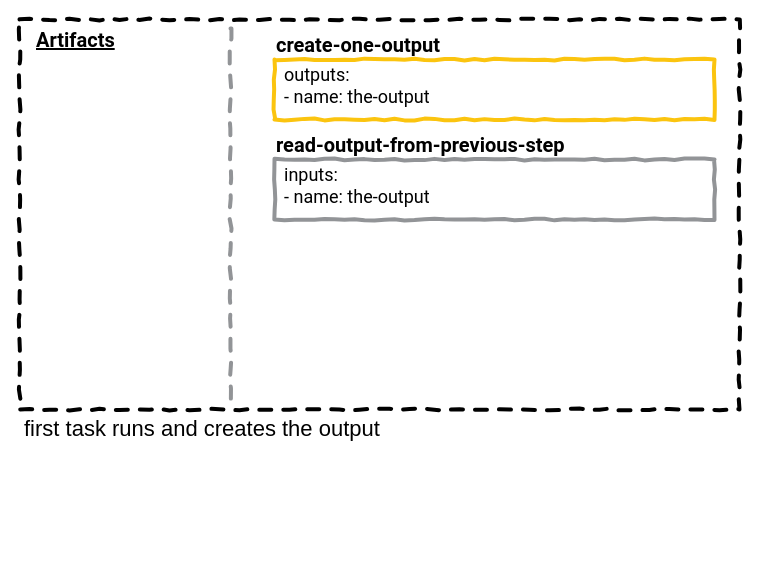
The draw.io diagram page "01" (1 of 5) of tasks-inputs-101/diagrams/example-three/example-three.drawio in taylorsilva/posts, before the edit. Source tidied: cells renumbered, new cells numbered last; positions are measured from the earlier drawing's top-left corner, leaving out a move shared by most shapes. Both pictures are drawn from the tidied source at 100%, with x=0, y=0 at pixel (19, 19).
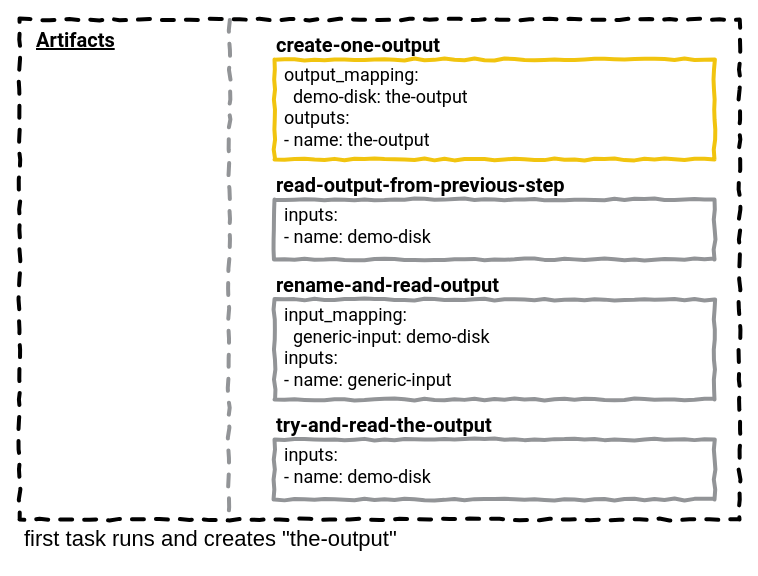
The same diagram, later.

The edit, as a diff of the source:
```diff
@@
 <mxGraphModel>
   <root>
     <mxCell id="0" />
     <mxCell id="1" parent="0" />
     <mxCell id="2" style="whiteSpace=wrap;html=1;dashed=1;strokeWidth=4;comic=1;fillColor=none;spacing=2;" parent="1" vertex="1">
-      <mxGeometry width="720" height="390" as="geometry" />
+      <mxGeometry width="720" height="500" as="geometry" />
     </mxCell>
-    <mxCell id="3" value="first task runs and creates the output" style="text;html=1;strokeColor=none;fillColor=none;align=left;verticalAlign=middle;whiteSpace=wrap;rounded=0;comic=1;fontFamily=Patrick Hand;FType=g;fontSize=22;" parent="1" vertex="1">
-      <mxGeometry x="3" y="390" width="715" height="40" as="geometry" />
+    <mxCell id="3" value="first task runs and creates &quot;the-output&quot;" style="text;html=1;strokeColor=none;fillColor=none;align=left;verticalAlign=top;whiteSpace=wrap;rounded=0;comic=1;fontFamily=Patrick Hand;FType=g;fontSize=22;" parent="1" vertex="1">
+      <mxGeometry x="3" y="500" width="715" height="40" as="geometry" />
     </mxCell>
     <mxCell id="4" style="group;comic=0;" parent="1" vertex="1">
-      <mxGeometry x="255" y="40" width="440" height="60" as="geometry" />
+      <mxGeometry x="255" y="40" width="440" height="100" as="geometry" />
     </mxCell>
-    <mxCell id="5" value="&lt;b&gt;create-one-output&lt;br&gt;&lt;/b&gt;" style="rounded=0;whiteSpace=wrap;html=1;comic=1;strokeWidth=4;fillColor=none;fontFamily=Roboto;fontSize=20;align=left;labelPosition=center;verticalLabelPosition=top;verticalAlign=bottom;strokeColor=#FBC40F;" parent="4" vertex="1">
-      <mxGeometry width="440" height="60" as="geometry" />
+    <mxCell id="5" value="&lt;b&gt;create-one-output&lt;br&gt;&lt;/b&gt;" style="rounded=0;whiteSpace=wrap;html=1;comic=1;strokeWidth=4;fillColor=none;fontFamily=Roboto;fontSize=20;align=left;labelPosition=center;verticalLabelPosition=top;verticalAlign=bottom;strokeColor=#f1c40f;fontColor=#000000;" parent="4" vertex="1">
+      <mxGeometry width="440" height="100" as="geometry" />
     </mxCell>
-    <mxCell id="6" value="outputs:&lt;br&gt;- name: the-output" style="text;strokeColor=none;fillColor=none;align=left;verticalAlign=top;rounded=0;comic=1;fontFamily=Roboto;fontSize=18;spacing=0;labelPosition=center;verticalLabelPosition=middle;html=1;" parent="4" vertex="1">
-      <mxGeometry x="10" width="190" height="60" as="geometry" />
+    <mxCell id="6" value="output_mapping:&lt;br&gt;&amp;nbsp; demo-disk: the-output&lt;br&gt;outputs:&lt;br&gt;- name: the-output" style="text;strokeColor=none;fillColor=none;align=left;verticalAlign=top;rounded=0;comic=1;fontFamily=Roboto;fontSize=18;spacing=0;labelPosition=center;verticalLabelPosition=middle;html=1;" parent="4" vertex="1">
+      <mxGeometry x="10" width="190" height="100" as="geometry" />
     </mxCell>
     <mxCell id="7" style="group;" parent="1" vertex="1">
-      <mxGeometry x="255" y="140" width="440" height="60" as="geometry" />
+      <mxGeometry x="255" y="180" width="440" height="60" as="geometry" />
     </mxCell>
     <mxCell id="8" value="&lt;b&gt;read-output-from-previous-step&lt;br&gt;&lt;/b&gt;" style="rounded=0;whiteSpace=wrap;html=1;comic=1;strokeWidth=4;fillColor=none;fontFamily=Roboto;fontSize=20;align=left;labelPosition=center;verticalLabelPosition=top;verticalAlign=bottom;strokeColor=#929497;" parent="7" vertex="1">
       <mxGeometry width="440" height="60" as="geometry" />
     </mxCell>
-    <mxCell id="9" value="inputs:&lt;br&gt;- name: the-output" style="text;strokeColor=none;fillColor=none;align=left;verticalAlign=top;rounded=0;comic=1;fontFamily=Roboto;fontSize=18;spacing=0;labelPosition=center;verticalLabelPosition=middle;html=1;" parent="7" vertex="1">
+    <mxCell id="9" value="inputs:&lt;br&gt;- name: demo-disk" style="text;strokeColor=none;fillColor=none;align=left;verticalAlign=top;rounded=0;comic=1;fontFamily=Roboto;fontSize=18;spacing=0;labelPosition=center;verticalLabelPosition=middle;html=1;" parent="7" vertex="1">
       <mxGeometry x="10" width="190" height="60" as="geometry" />
     </mxCell>
     <mxCell id="10" value="Artifacts" style="text;html=1;strokeColor=none;fillColor=none;align=left;verticalAlign=middle;whiteSpace=wrap;rounded=0;comic=1;fontStyle=5;fontFamily=Roboto;FType=g;fontSize=20;" parent="1" vertex="1">
       <mxGeometry x="15" y="10" width="90" height="20" as="geometry" />
     </mxCell>
-    <mxCell id="11" style="endArrow=none;dashed=1;html=1;strokeWidth=4;comic=1;anchorPointDirection=0;exitX=0.293;exitY=0;exitDx=0;exitDy=0;exitPerimeter=0;strokeColor=#929497;" parent="1" edge="1">
-      <mxGeometry relative="1" as="geometry">
-        <mxPoint x="211" y="9" as="sourcePoint" />
-        <mxPoint x="211" y="389" as="targetPoint" />
-      </mxGeometry>
+    <mxCell id="11" style="endArrow=none;dashed=1;html=1;strokeWidth=4;comic=1;anchorPointDirection=0;exitX=0.292;exitY=0.001;exitDx=0;exitDy=0;exitPerimeter=0;strokeColor=#929497;entryX=0.288;entryY=-0.058;entryDx=0;entryDy=0;entryPerimeter=0;" parent="1" edge="1" source="2" target="3">
+      <mxGeometry relative="1" as="geometry" />
     </mxCell>
+    <mxCell id="12" style="group;" parent="1" vertex="1">
+      <mxGeometry x="255" y="280" width="440" height="100" as="geometry" />
+    </mxCell>
+    <mxCell id="13" value="&lt;b&gt;rename-and-read-output&lt;br&gt;&lt;/b&gt;" style="rounded=0;whiteSpace=wrap;html=1;comic=1;strokeWidth=4;fillColor=none;fontFamily=Roboto;fontSize=20;align=left;labelPosition=center;verticalLabelPosition=top;verticalAlign=bottom;strokeColor=#929497;" parent="12" vertex="1">
+      <mxGeometry width="440" height="100" as="geometry" />
+    </mxCell>
+    <mxCell id="14" value="input_mapping:&lt;br&gt;&amp;nbsp; generic-input: demo-disk&lt;br&gt;inputs:&lt;br&gt;- name: generic-input" style="text;strokeColor=none;fillColor=none;align=left;verticalAlign=top;rounded=0;comic=1;fontFamily=Roboto;fontSize=18;spacing=0;labelPosition=center;verticalLabelPosition=middle;html=1;" parent="12" vertex="1">
+      <mxGeometry x="10" width="190" height="100" as="geometry" />
+    </mxCell>
+    <mxCell id="15" style="group;" parent="1" vertex="1">
+      <mxGeometry x="255" y="420" width="440" height="60" as="geometry" />
+    </mxCell>
+    <mxCell id="16" value="&lt;b&gt;try-and-read-the-output&lt;br&gt;&lt;/b&gt;" style="rounded=0;whiteSpace=wrap;html=1;comic=1;strokeWidth=4;fillColor=none;fontFamily=Roboto;fontSize=20;align=left;labelPosition=center;verticalLabelPosition=top;verticalAlign=bottom;strokeColor=#929497;" parent="15" vertex="1">
+      <mxGeometry width="440" height="60" as="geometry" />
+    </mxCell>
+    <mxCell id="17" value="inputs:&lt;br&gt;- name: demo-disk" style="text;strokeColor=none;fillColor=none;align=left;verticalAlign=top;rounded=0;comic=1;fontFamily=Roboto;fontSize=18;spacing=0;labelPosition=center;verticalLabelPosition=middle;html=1;" parent="15" vertex="1">
+      <mxGeometry x="10" width="190" height="60" as="geometry" />
+    </mxCell>
   </root>
 </mxGraphModel>
```
